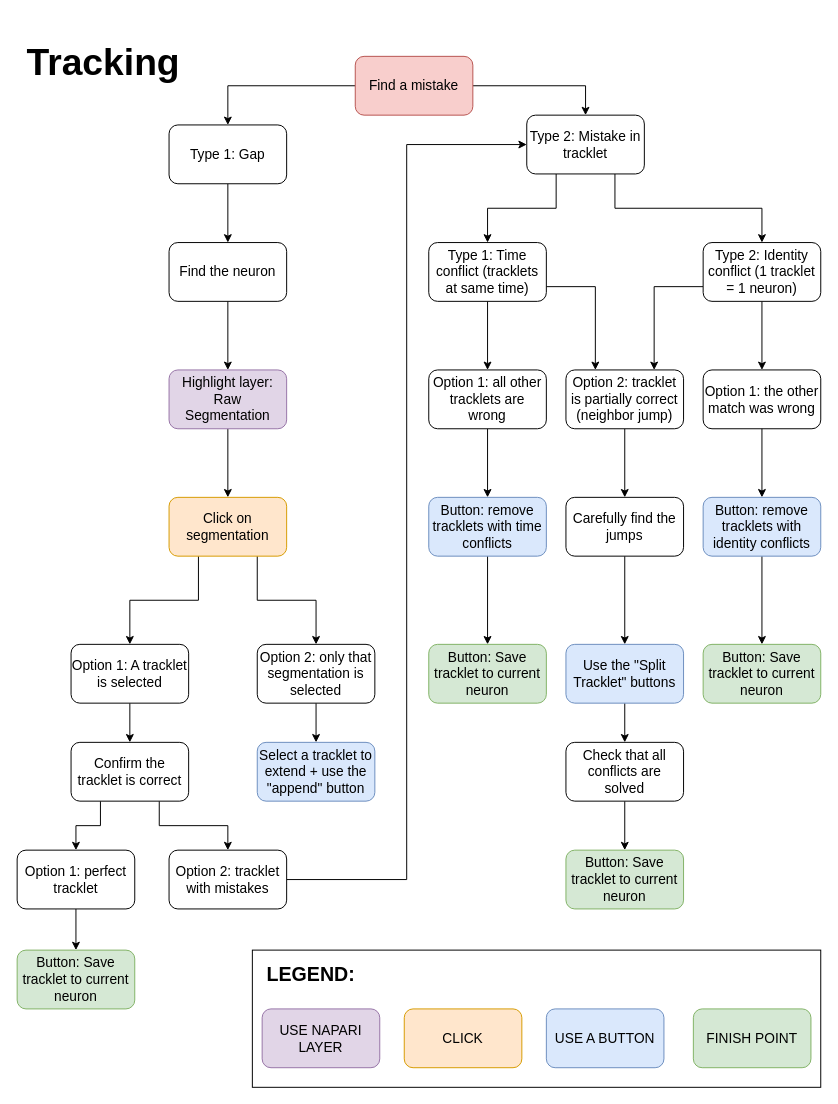
ch9nuk9/wbfm keeps this draw.io diagram as page "Tracking_workflow" (2 of 2) of DLC_for_WBFM/gui/workflow_diagrams.drawio. Above is the earlier version. Source tidied: cells renumbered, new cells numbered last; positions are measured from the earlier drawing's top-left corner, leaving out a move shared by most shapes. Both pictures are drawn from the tidied source at 98%, with x=0, y=0 at pixel (17, 26).
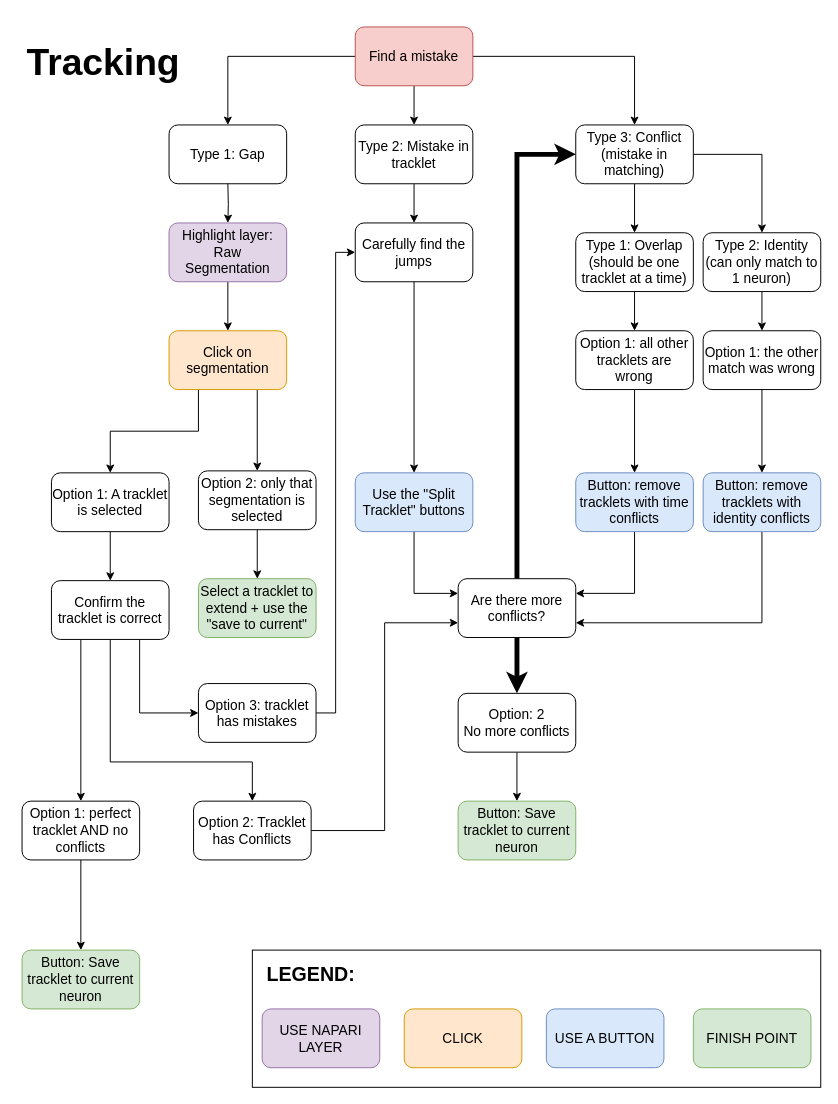
The same page after the edit.

Unchanged cells that the change refers to:
```xml
<mxCell id="6" value="Type 1: Gap" style="rounded=1;whiteSpace=wrap;html=1;fontSize=14;" parent="1" vertex="1">
  <mxGeometry x="155" y="100" width="120" height="60" as="geometry" />
</mxCell>
```

What changed in the source:
```diff
@@
-    <mxCell id="3" style="edgeStyle=orthogonalEdgeStyle;rounded=0;jettySize=auto;html=1;exitX=1;exitY=0.5;exitDx=0;exitDy=0;entryX=0.5;entryY=0;entryDx=0;entryDy=0;fontSize=14;" parent="1" edge="1" source="4" target="9">
+    <mxCell id="3" style="edgeStyle=orthogonalEdgeStyle;rounded=0;jettySize=auto;html=1;" parent="1" edge="1" source="4" target="9">
       <mxGeometry relative="1" as="geometry" />
     </mxCell>
+    <mxCell id="62" style="edgeStyle=orthogonalEdgeStyle;rounded=0;jettySize=auto;html=1;exitX=1;exitY=0.5;exitDx=0;exitDy=0;entryX=0.5;entryY=0;entryDx=0;entryDy=0;" parent="1" edge="1" source="4" target="72">
+      <mxGeometry relative="1" as="geometry" />
+    </mxCell>
     <mxCell id="4" value="Find a mistake" style="rounded=1;whiteSpace=wrap;html=1;fillColor=#f8cecc;strokeColor=#b85450;fontSize=14;" parent="1" vertex="1">
-      <mxGeometry x="345" y="30" width="120" height="60" as="geometry" />
+      <mxGeometry x="345" width="120" height="60" as="geometry" />
     </mxCell>
-    <mxCell id="5" style="edgeStyle=orthogonalEdgeStyle;rounded=0;jettySize=auto;html=1;fontSize=14;" parent="1" edge="1" source="6" target="11">
-      <mxGeometry relative="1" as="geometry" />
-    </mxCell>
@@
-    <mxCell id="7" style="edgeStyle=orthogonalEdgeStyle;rounded=0;jettySize=auto;html=1;exitX=0.25;exitY=1;exitDx=0;exitDy=0;entryX=0.5;entryY=0;entryDx=0;entryDy=0;fontSize=14;" parent="1" edge="1" source="9" target="35">
-      <mxGeometry relative="1" as="geometry" />
-    </mxCell>
-    <mxCell id="8" style="edgeStyle=orthogonalEdgeStyle;rounded=0;jettySize=auto;html=1;exitX=0.75;exitY=1;exitDx=0;exitDy=0;entryX=0.5;entryY=0;entryDx=0;entryDy=0;fontSize=14;" parent="1" edge="1" source="9" target="32">
-      <mxGeometry relative="1" as="geometry" />
-    </mxCell>
+    <mxCell id="63" style="edgeStyle=orthogonalEdgeStyle;rounded=0;jettySize=auto;html=1;exitX=0.5;exitY=1;exitDx=0;exitDy=0;entryX=0.5;entryY=0;entryDx=0;entryDy=0;" parent="1" edge="1" source="9" target="49">
+      <mxGeometry relative="1" as="geometry" />
+    </mxCell>
     <mxCell id="9" value="Type 2: Mistake in tracklet" style="rounded=1;whiteSpace=wrap;html=1;fontSize=14;" parent="1" vertex="1">
-      <mxGeometry x="520" y="90" width="120" height="60" as="geometry" />
+      <mxGeometry x="345" y="100" width="120" height="60" as="geometry" />
     </mxCell>
-    <mxCell id="10" style="edgeStyle=orthogonalEdgeStyle;rounded=0;jettySize=auto;html=1;fontSize=14;" parent="1" edge="1" source="11" target="13">
-      <mxGeometry relative="1" as="geometry" />
+    <mxCell id="10" style="edgeStyle=orthogonalEdgeStyle;rounded=0;jettySize=auto;html=1;fontSize=14;" parent="1" edge="1" target="13">
+      <mxGeometry relative="1" as="geometry">
+        <mxPoint x="215" y="160" as="sourcePoint" />
+      </mxGeometry>
     </mxCell>
-    <mxCell id="11" value="Find the neuron" style="rounded=1;whiteSpace=wrap;html=1;fontSize=14;" parent="1" vertex="1">
-      <mxGeometry x="155" y="220" width="120" height="60" as="geometry" />
-    </mxCell>
@@
     <mxCell id="13" value="Highlight layer:&lt;br style=&quot;font-size: 14px;&quot;&gt;Raw Segmentation" style="rounded=1;whiteSpace=wrap;html=1;fillColor=#e1d5e7;strokeColor=#9673a6;fontSize=14;" parent="1" vertex="1">
-      <mxGeometry x="155" y="350" width="120" height="60" as="geometry" />
+      <mxGeometry x="155" y="200" width="120" height="60" as="geometry" />
     </mxCell>
@@
     <mxCell id="16" value="Click on segmentation" style="rounded=1;whiteSpace=wrap;html=1;fillColor=#ffe6cc;strokeColor=#d79b00;fontSize=14;" parent="1" vertex="1">
-      <mxGeometry x="155" y="480" width="120" height="60" as="geometry" />
+      <mxGeometry x="155" y="310" width="120" height="60" as="geometry" />
     </mxCell>
@@
     <mxCell id="18" value="Option 2: only that segmentation is selected" style="rounded=1;whiteSpace=wrap;html=1;fontSize=14;" parent="1" vertex="1">
-      <mxGeometry x="245" y="630" width="120" height="60" as="geometry" />
+      <mxGeometry x="185" y="453" width="120" height="60" as="geometry" />
     </mxCell>
@@
     <mxCell id="20" value="Option 1: A tracklet is selected" style="rounded=1;whiteSpace=wrap;html=1;fontSize=14;" parent="1" vertex="1">
-      <mxGeometry x="55" y="630" width="120" height="60" as="geometry" />
+      <mxGeometry x="35" y="455" width="120" height="60" as="geometry" />
     </mxCell>
-    <mxCell id="21" value="Select a tracklet to extend + use the &quot;append&quot; button" style="rounded=1;whiteSpace=wrap;html=1;fillColor=#dae8fc;strokeColor=#6c8ebf;fontSize=14;" parent="1" vertex="1">
-      <mxGeometry x="245" y="730" width="120" height="60" as="geometry" />
+    <mxCell id="21" value="Select a tracklet to extend + use the &quot;save to current&quot;" style="rounded=1;whiteSpace=wrap;html=1;fillColor=#d5e8d4;strokeColor=#82b366;fontSize=14;" parent="1" vertex="1">
+      <mxGeometry x="185" y="563" width="120" height="60" as="geometry" />
     </mxCell>
@@
-    <mxCell id="23" style="edgeStyle=orthogonalEdgeStyle;rounded=0;jettySize=auto;html=1;exitX=0.75;exitY=1;exitDx=0;exitDy=0;entryX=0.5;entryY=0;entryDx=0;entryDy=0;fontSize=14;" parent="1" edge="1" source="24" target="27">
+    <mxCell id="23" style="edgeStyle=orthogonalEdgeStyle;rounded=0;jettySize=auto;html=1;exitX=0.75;exitY=1;exitDx=0;exitDy=0;entryX=0;entryY=0.5;entryDx=0;entryDy=0;" parent="1" edge="1" source="24" target="27">
       <mxGeometry relative="1" as="geometry" />
     </mxCell>
+    <mxCell id="64" style="edgeStyle=orthogonalEdgeStyle;rounded=0;jettySize=auto;html=1;exitX=0.5;exitY=1;exitDx=0;exitDy=0;entryX=0.5;entryY=0;entryDx=0;entryDy=0;" parent="1" edge="1" source="24" target="74">
+      <mxGeometry relative="1" as="geometry">
+        <Array as="points">
+          <mxPoint x="95" y="750" />
+          <mxPoint x="240" y="750" />
+        </Array>
+      </mxGeometry>
+    </mxCell>
     <mxCell id="24" value="Confirm the tracklet is correct" style="rounded=1;whiteSpace=wrap;html=1;fontSize=14;" parent="1" vertex="1">
-      <mxGeometry x="55" y="730" width="120" height="60" as="geometry" />
+      <mxGeometry x="35" y="565" width="120" height="60" as="geometry" />
     </mxCell>
@@
-    <mxCell id="26" style="edgeStyle=orthogonalEdgeStyle;rounded=0;jettySize=auto;html=1;exitX=1;exitY=0.5;exitDx=0;exitDy=0;entryX=0;entryY=0.5;entryDx=0;entryDy=0;fontSize=14;" parent="1" edge="1" source="27" target="9">
-      <mxGeometry relative="1" as="geometry" />
-    </mxCell>
+    <mxCell id="65" style="edgeStyle=orthogonalEdgeStyle;rounded=0;jettySize=auto;html=1;exitX=1;exitY=0.5;exitDx=0;exitDy=0;entryX=0;entryY=0.5;entryDx=0;entryDy=0;" parent="1" edge="1" source="27" target="49">
+      <mxGeometry relative="1" as="geometry" />
+    </mxCell>
-    <mxCell id="27" value="Option 2: tracklet with mistakes" style="rounded=1;whiteSpace=wrap;html=1;fontSize=14;" parent="1" vertex="1">
-      <mxGeometry x="155" y="840" width="120" height="60" as="geometry" />
+    <mxCell id="27" value="Option 3: tracklet has mistakes" style="rounded=1;whiteSpace=wrap;html=1;fontSize=14;" parent="1" vertex="1">
+      <mxGeometry x="185" y="670" width="120" height="60" as="geometry" />
     </mxCell>
     <mxCell id="28" value="Button: Save tracklet to current neuron" style="rounded=1;whiteSpace=wrap;html=1;fillColor=#d5e8d4;strokeColor=#82b366;fontSize=14;" parent="1" vertex="1">
-      <mxGeometry y="942" width="120" height="60" as="geometry" />
+      <mxGeometry x="5" y="942" width="120" height="60" as="geometry" />
     </mxCell>
-    <mxCell id="29" value="Option 1: perfect tracklet" style="rounded=1;whiteSpace=wrap;html=1;fontSize=14;" parent="1" vertex="1">
-      <mxGeometry y="840" width="120" height="60" as="geometry" />
+    <mxCell id="29" value="Option 1: perfect tracklet AND no conflicts" style="rounded=1;whiteSpace=wrap;html=1;fontSize=14;" parent="1" vertex="1">
+      <mxGeometry x="5" y="790" width="120" height="60" as="geometry" />
     </mxCell>
-    <mxCell id="30" style="edgeStyle=orthogonalEdgeStyle;rounded=0;jettySize=auto;html=1;fontSize=14;" parent="1" edge="1" source="32" target="40">
-      <mxGeometry relative="1" as="geometry" />
-    </mxCell>
-    <mxCell id="31" style="edgeStyle=orthogonalEdgeStyle;rounded=0;jettySize=auto;html=1;exitX=0;exitY=0.75;exitDx=0;exitDy=0;entryX=0.75;entryY=0;entryDx=0;entryDy=0;fontSize=14;" parent="1" edge="1" source="32" target="47">
-      <mxGeometry relative="1" as="geometry" />
-    </mxCell>
-    <mxCell id="32" value="Type 2: Identity conflict (1 tracklet = 1 neuron)" style="rounded=1;whiteSpace=wrap;html=1;fontSize=14;" parent="1" vertex="1">
-      <mxGeometry x="700" y="220" width="120" height="60" as="geometry" />
-    </mxCell>
@@
-    <mxCell id="34" style="edgeStyle=orthogonalEdgeStyle;rounded=0;jettySize=auto;html=1;exitX=1;exitY=0.75;exitDx=0;exitDy=0;entryX=0.25;entryY=0;entryDx=0;entryDy=0;fontSize=14;" parent="1" edge="1" source="35" target="47">
-      <mxGeometry relative="1" as="geometry" />
-    </mxCell>
-    <mxCell id="35" value="Type 1: Time conflict (tracklets at same time)" style="rounded=1;whiteSpace=wrap;html=1;fontSize=14;" parent="1" vertex="1">
-      <mxGeometry x="420" y="220" width="120" height="60" as="geometry" />
+    <mxCell id="35" value="Type 1: Overlap (should be one tracklet at a time)" style="rounded=1;whiteSpace=wrap;html=1;fontSize=14;" parent="1" vertex="1">
+      <mxGeometry x="570" y="210" width="120" height="60" as="geometry" />
     </mxCell>
@@
     <mxCell id="37" value="Option 1: all other tracklets are wrong" style="rounded=1;whiteSpace=wrap;html=1;fontSize=14;" parent="1" vertex="1">
-      <mxGeometry x="420" y="350" width="120" height="60" as="geometry" />
+      <mxGeometry x="570" y="310" width="120" height="60" as="geometry" />
     </mxCell>
-    <mxCell id="38" style="edgeStyle=orthogonalEdgeStyle;rounded=0;jettySize=auto;html=1;fontSize=14;" parent="1" edge="1" source="39" target="41">
-      <mxGeometry relative="1" as="geometry" />
-    </mxCell>
+    <mxCell id="66" style="edgeStyle=orthogonalEdgeStyle;rounded=0;jettySize=auto;html=1;exitX=0.5;exitY=1;exitDx=0;exitDy=0;entryX=1;entryY=0.25;entryDx=0;entryDy=0;" parent="1" edge="1" source="39" target="79">
+      <mxGeometry relative="1" as="geometry" />
+    </mxCell>
     <mxCell id="39" value="Button: remove tracklets with time conflicts" style="rounded=1;whiteSpace=wrap;html=1;fillColor=#dae8fc;strokeColor=#6c8ebf;fontSize=14;" parent="1" vertex="1">
-      <mxGeometry x="420" y="480" width="120" height="60" as="geometry" />
+      <mxGeometry x="570" y="455" width="120" height="60" as="geometry" />
     </mxCell>
     <mxCell id="40" value="Option 1: the other match was wrong" style="rounded=1;whiteSpace=wrap;html=1;fontSize=14;" parent="1" vertex="1">
-      <mxGeometry x="700" y="350" width="120" height="60" as="geometry" />
+      <mxGeometry x="700" y="310" width="120" height="60" as="geometry" />
     </mxCell>
-    <mxCell id="41" value="Button: Save tracklet to current neuron" style="rounded=1;whiteSpace=wrap;html=1;fillColor=#d5e8d4;strokeColor=#82b366;fontSize=14;" parent="1" vertex="1">
-      <mxGeometry x="420" y="630" width="120" height="60" as="geometry" />
-    </mxCell>
@@
-    <mxCell id="43" style="edgeStyle=orthogonalEdgeStyle;rounded=0;jettySize=auto;html=1;fontSize=14;" parent="1" edge="1" source="44" target="45">
-      <mxGeometry relative="1" as="geometry" />
-    </mxCell>
+    <mxCell id="67" style="edgeStyle=orthogonalEdgeStyle;rounded=0;jettySize=auto;html=1;exitX=0.5;exitY=1;exitDx=0;exitDy=0;entryX=1;entryY=0.75;entryDx=0;entryDy=0;" parent="1" edge="1" source="44" target="79">
+      <mxGeometry relative="1" as="geometry" />
+    </mxCell>
     <mxCell id="44" value="Button: remove tracklets with identity conflicts" style="rounded=1;whiteSpace=wrap;html=1;fillColor=#dae8fc;strokeColor=#6c8ebf;fontSize=14;" parent="1" vertex="1">
-      <mxGeometry x="700" y="480" width="120" height="60" as="geometry" />
+      <mxGeometry x="700" y="455" width="120" height="60" as="geometry" />
     </mxCell>
     <mxCell id="45" value="Button: Save tracklet to current neuron" style="rounded=1;whiteSpace=wrap;html=1;fillColor=#d5e8d4;strokeColor=#82b366;fontSize=14;" parent="1" vertex="1">
-      <mxGeometry x="700" y="630" width="120" height="60" as="geometry" />
+      <mxGeometry x="450" y="790" width="120" height="60" as="geometry" />
     </mxCell>
-    <mxCell id="46" style="edgeStyle=orthogonalEdgeStyle;rounded=0;jettySize=auto;html=1;fontSize=14;" parent="1" edge="1" source="47" target="49">
-      <mxGeometry relative="1" as="geometry" />
-    </mxCell>
+    <mxCell id="68" style="edgeStyle=orthogonalEdgeStyle;rounded=0;jettySize=auto;html=1;" parent="1" edge="1" source="47" target="40">
+      <mxGeometry relative="1" as="geometry" />
+    </mxCell>
-    <mxCell id="47" value="Option 2: tracklet is partially correct&lt;br style=&quot;font-size: 14px&quot;&gt;(neighbor jump)" style="rounded=1;whiteSpace=wrap;html=1;fontSize=14;" parent="1" vertex="1">
-      <mxGeometry x="560" y="350" width="120" height="60" as="geometry" />
+    <mxCell id="47" value="Type 2: Identity&lt;br&gt;(can only match to 1 neuron)" style="rounded=1;whiteSpace=wrap;html=1;fontSize=14;" parent="1" vertex="1">
+      <mxGeometry x="700" y="210" width="120" height="60" as="geometry" />
     </mxCell>
@@
     <mxCell id="49" value="Carefully find the jumps" style="rounded=1;whiteSpace=wrap;html=1;fontSize=14;" parent="1" vertex="1">
-      <mxGeometry x="560" y="480" width="120" height="60" as="geometry" />
+      <mxGeometry x="345" y="200" width="120" height="60" as="geometry" />
     </mxCell>
-    <mxCell id="50" style="edgeStyle=orthogonalEdgeStyle;rounded=0;jettySize=auto;html=1;fontSize=14;" parent="1" edge="1" source="51" target="53">
-      <mxGeometry relative="1" as="geometry" />
-    </mxCell>
+    <mxCell id="69" style="edgeStyle=orthogonalEdgeStyle;rounded=0;jettySize=auto;html=1;exitX=0.5;exitY=1;exitDx=0;exitDy=0;entryX=0;entryY=0.25;entryDx=0;entryDy=0;" parent="1" edge="1" source="51" target="79">
+      <mxGeometry relative="1" as="geometry" />
+    </mxCell>
     <mxCell id="51" value="Use the &quot;Split Tracklet&quot; buttons" style="rounded=1;whiteSpace=wrap;html=1;fillColor=#dae8fc;strokeColor=#6c8ebf;fontSize=14;" parent="1" vertex="1">
-      <mxGeometry x="560" y="630" width="120" height="60" as="geometry" />
+      <mxGeometry x="345" y="455" width="120" height="60" as="geometry" />
     </mxCell>
-    <mxCell id="52" style="edgeStyle=orthogonalEdgeStyle;rounded=0;jettySize=auto;html=1;fontSize=14;" parent="1" edge="1" source="53" target="54">
-      <mxGeometry relative="1" as="geometry" />
-    </mxCell>
-    <mxCell id="53" value="Check that all conflicts are solved" style="rounded=1;whiteSpace=wrap;html=1;fontSize=14;" parent="1" vertex="1">
-      <mxGeometry x="560" y="730" width="120" height="60" as="geometry" />
-    </mxCell>
-    <mxCell id="54" value="Button: Save tracklet to current neuron" style="rounded=1;whiteSpace=wrap;html=1;fillColor=#d5e8d4;strokeColor=#82b366;fontSize=14;" parent="1" vertex="1">
-      <mxGeometry x="560" y="840" width="120" height="60" as="geometry" />
-    </mxCell>
@@
+    <mxCell id="70" style="edgeStyle=orthogonalEdgeStyle;rounded=0;jettySize=auto;html=1;" parent="1" edge="1" source="72" target="35">
+      <mxGeometry relative="1" as="geometry" />
+    </mxCell>
+    <mxCell id="71" style="edgeStyle=orthogonalEdgeStyle;rounded=0;jettySize=auto;html=1;exitX=1;exitY=0.5;exitDx=0;exitDy=0;entryX=0.5;entryY=0;entryDx=0;entryDy=0;" parent="1" edge="1" source="72" target="47">
+      <mxGeometry relative="1" as="geometry" />
+    </mxCell>
+    <mxCell id="72" value="Type 3: Conflict (mistake in matching)" style="rounded=1;whiteSpace=wrap;html=1;fontSize=14;" parent="1" vertex="1">
+      <mxGeometry x="570" y="100" width="120" height="60" as="geometry" />
+    </mxCell>
+    <mxCell id="73" style="edgeStyle=orthogonalEdgeStyle;rounded=0;jettySize=auto;html=1;exitX=1;exitY=0.5;exitDx=0;exitDy=0;entryX=0;entryY=0.75;entryDx=0;entryDy=0;" parent="1" edge="1" source="74" target="79">
+      <mxGeometry relative="1" as="geometry" />
+    </mxCell>
+    <mxCell id="74" value="Option 2: Tracklet has Conflicts" style="rounded=1;whiteSpace=wrap;html=1;fontSize=14;" parent="1" vertex="1">
+      <mxGeometry x="180" y="790" width="120" height="60" as="geometry" />
+    </mxCell>
+    <mxCell id="75" style="edgeStyle=orthogonalEdgeStyle;rounded=0;jettySize=auto;html=1;" parent="1" edge="1" source="76" target="45">
+      <mxGeometry relative="1" as="geometry" />
+    </mxCell>
+    <mxCell id="76" value="Option: 2&lt;br&gt;No more conflicts" style="rounded=1;whiteSpace=wrap;html=1;fontSize=14;" parent="1" vertex="1">
+      <mxGeometry x="450" y="680" width="120" height="60" as="geometry" />
+    </mxCell>
+    <mxCell id="77" style="edgeStyle=orthogonalEdgeStyle;rounded=0;jettySize=auto;html=1;exitX=0.5;exitY=0;exitDx=0;exitDy=0;entryX=0;entryY=0.5;entryDx=0;entryDy=0;strokeWidth=5;" parent="1" edge="1" source="79" target="72">
+      <mxGeometry relative="1" as="geometry" />
+    </mxCell>
+    <mxCell id="78" style="edgeStyle=orthogonalEdgeStyle;rounded=0;jettySize=auto;html=1;exitX=0.5;exitY=1;exitDx=0;exitDy=0;entryX=0.5;entryY=0;entryDx=0;entryDy=0;strokeWidth=5;" parent="1" edge="1" source="79" target="76">
+      <mxGeometry relative="1" as="geometry" />
+    </mxCell>
+    <mxCell id="79" value="Are there more conflicts?" style="rounded=1;whiteSpace=wrap;html=1;fontSize=14;" parent="1" vertex="1">
+      <mxGeometry x="450" y="563" width="120" height="60" as="geometry" />
+    </mxCell>
```
